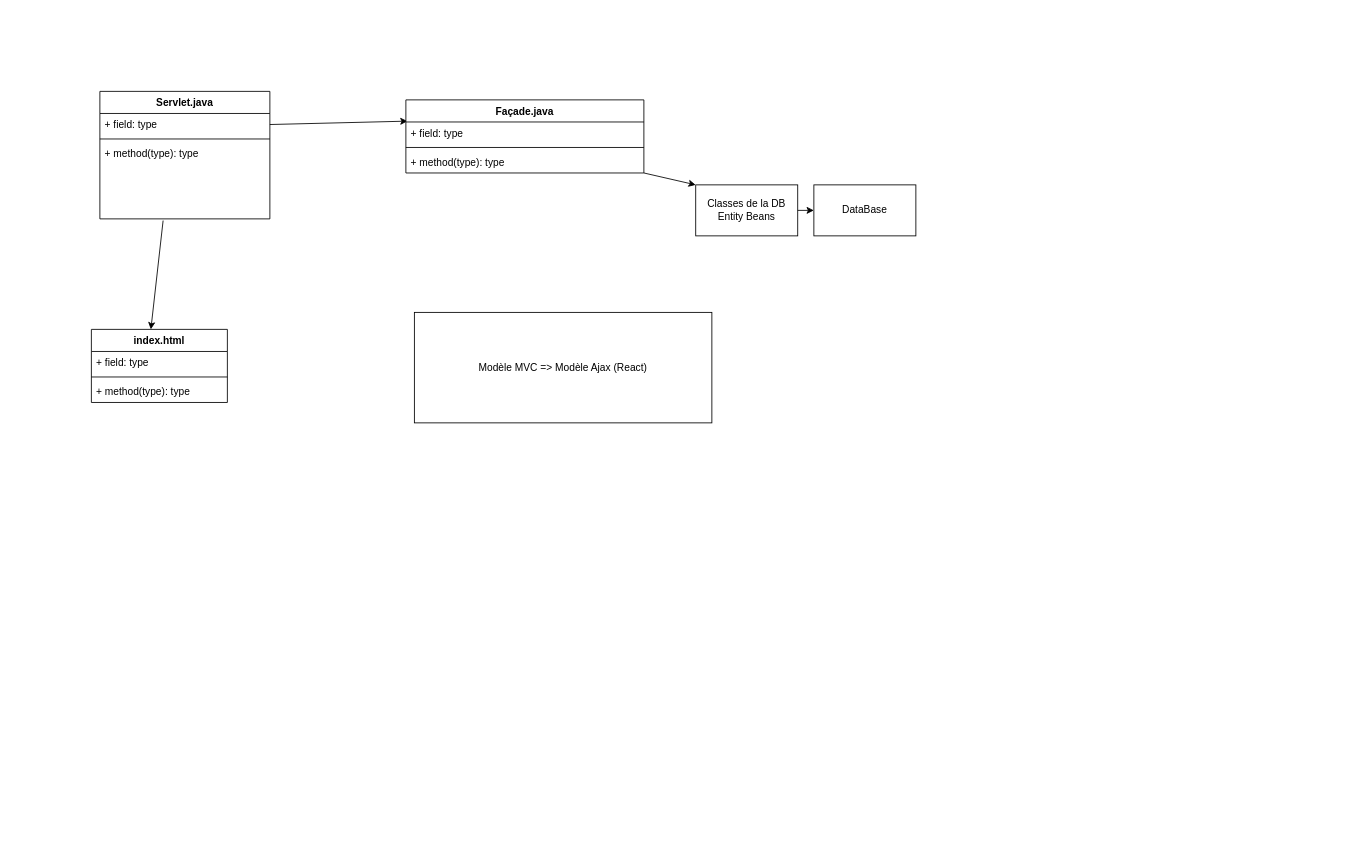
Before: Documentation/Architecture.drawio in hugoSN7/ProjetWeb, a draw.io diagram. Source tidied: cells renumbered, new cells numbered last; positions are measured from the earlier drawing's top-left corner, leaving out a move shared by most shapes. Both pictures are drawn from the tidied source at 85%, with x=0, y=0 at pixel (91, 91).
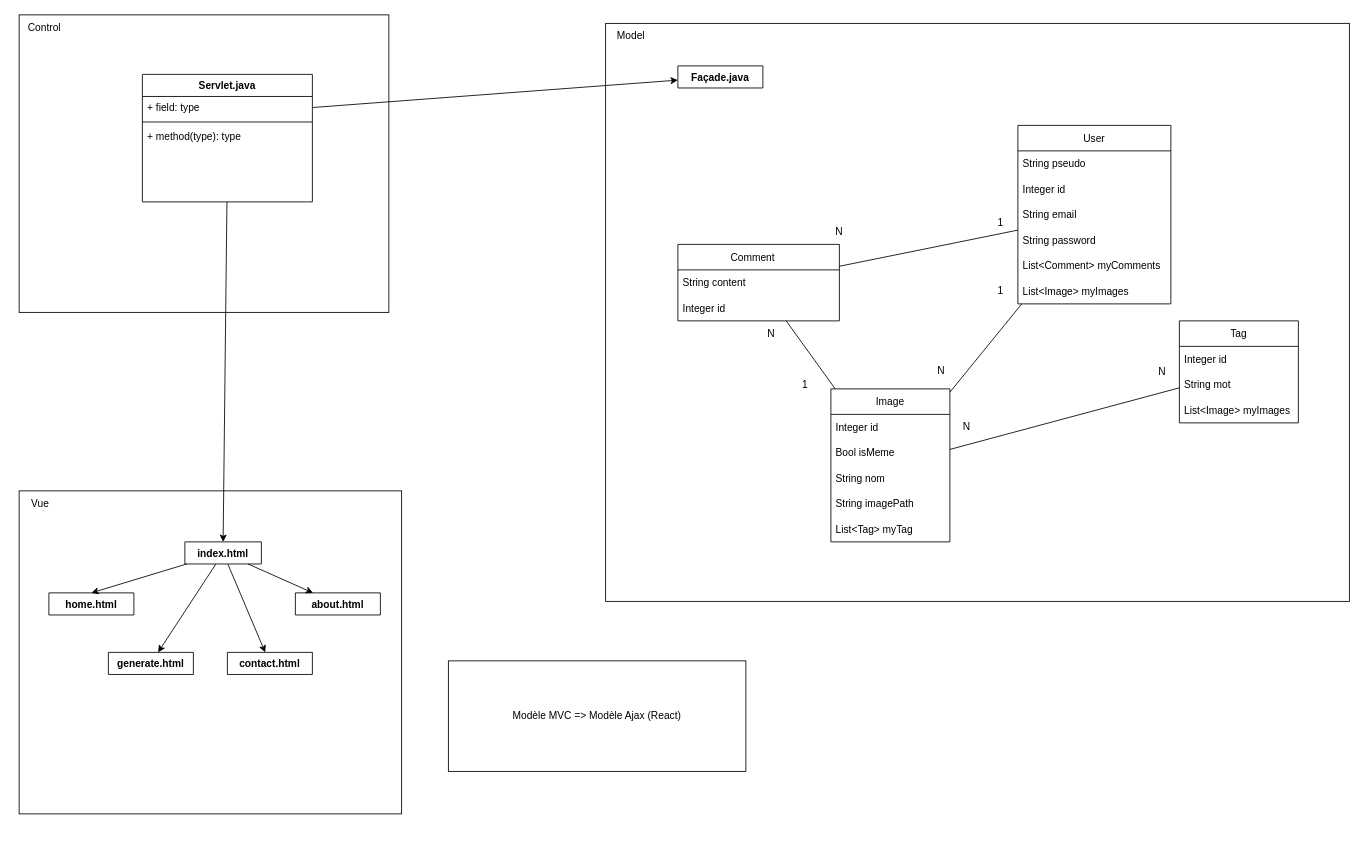
Above is the later version.

Unchanged cells that the change refers to:
```xml
<mxCell id="14" value="+ field: type" style="text;strokeColor=none;fillColor=none;align=left;verticalAlign=top;spacingLeft=4;spacingRight=4;overflow=hidden;points=[[0,0.5],[1,0.5]];portConstraint=eastwest;" parent="13" vertex="1">
  <mxGeometry y="26" width="200" height="26" as="geometry" />
</mxCell>
<mxCell id="16" value="+ method(type): type" style="text;strokeColor=none;fillColor=none;align=left;verticalAlign=top;spacingLeft=4;spacingRight=4;overflow=hidden;points=[[0,0.5],[1,0.5]];portConstraint=eastwest;" parent="13" vertex="1">
  <mxGeometry y="60" width="200" height="90" as="geometry" />
</mxCell>
```

Diff of the diagram source:
```diff
@@
+    <mxCell id="26" style="rounded=0;whiteSpace=wrap;html=1;" parent="1" vertex="1">
+      <mxGeometry x="605" y="-80" width="875" height="680" as="geometry" />
+    </mxCell>
+    <mxCell id="27" style="rounded=0;whiteSpace=wrap;html=1;" parent="1" vertex="1">
+      <mxGeometry x="-85" y="-90" width="435" height="350" as="geometry" />
+    </mxCell>
+    <mxCell id="28" style="rounded=0;whiteSpace=wrap;html=1;" parent="1" vertex="1">
+      <mxGeometry x="-85" y="470" width="450" height="380" as="geometry" />
+    </mxCell>
-    <mxCell id="2" style="endArrow=classic;html=1;rounded=0;strokeColor=#000000;exitX=1;exitY=0.5;exitDx=0;exitDy=0;entryX=0.007;entryY=-0.038;entryDx=0;entryDy=0;entryPerimeter=0;" parent="1" edge="1" source="14" target="5">
+    <mxCell id="2" style="endArrow=classic;html=1;rounded=0;strokeColor=#000000;exitX=1;exitY=0.5;exitDx=0;exitDy=0;" parent="1" edge="1" source="14" target="4">
       <mxGeometry relative="1" as="geometry" />
     </mxCell>
     <mxCell id="3" style="group;" parent="1" vertex="1">
-      <mxGeometry x="370" y="10" width="470" height="160" as="geometry" />
+      <mxGeometry x="690" y="-30" width="470" height="160" as="geometry" />
     </mxCell>
-    <mxCell id="4" value="Façade.java" style="swimlane;fontStyle=1;align=center;verticalAlign=top;horizontal=1;startSize=26;" parent="3" vertex="1">
-      <mxGeometry width="280" height="86" as="geometry" />
+    <mxCell id="4" value="Façade.java" style="swimlane;fontStyle=1;align=center;verticalAlign=top;horizontal=1;startSize=26;" parent="3" vertex="1" collapsed="1">
+      <mxGeometry width="100" height="26" as="geometry" />
     </mxCell>
-    <mxCell id="5" value="+ field: type" style="text;strokeColor=none;fillColor=none;align=left;verticalAlign=top;spacingLeft=4;spacingRight=4;overflow=hidden;points=[[0,0.5],[1,0.5]];portConstraint=eastwest;" parent="4" vertex="1">
-      <mxGeometry y="26" width="280" height="26" as="geometry" />
-    </mxCell>
-    <mxCell id="6" style="line;strokeWidth=1;fillColor=none;align=left;verticalAlign=middle;spacingTop=-1;spacingLeft=3;spacingRight=3;labelPosition=right;" parent="4" vertex="1">
-      <mxGeometry y="52" width="280" height="8" as="geometry" />
-    </mxCell>
-    <mxCell id="7" value="+ method(type): type" style="text;strokeColor=none;fillColor=none;align=left;verticalAlign=top;spacingLeft=4;spacingRight=4;overflow=hidden;" parent="4" vertex="1">
-      <mxGeometry y="60" width="280" height="26" as="geometry" />
-    </mxCell>
-    <mxCell id="8" style="group;" parent="3" vertex="1">
-      <mxGeometry x="350" y="100" width="120" height="60" as="geometry" />
-    </mxCell>
-    <mxCell id="9" value="&lt;div&gt;Classes de la DB Entity Beans&lt;br&gt;&lt;/div&gt;" style="rounded=0;whiteSpace=wrap;html=1;" parent="8" vertex="1">
-      <mxGeometry x="-9" width="120" height="60" as="geometry" />
-    </mxCell>
-    <mxCell id="10" style="endArrow=classic;html=1;rounded=0;strokeColor=#000000;exitX=1;exitY=1;exitDx=0;exitDy=0;entryX=0;entryY=0;entryDx=0;entryDy=0;" parent="3" edge="1" source="4" target="9">
-      <mxGeometry relative="1" as="geometry" />
-    </mxCell>
     <mxCell id="11" style="group;" parent="1" vertex="1">
-      <mxGeometry y="10" width="200" height="362" as="geometry" />
+      <mxGeometry x="50" y="-10" width="200" height="362" as="geometry" />
     </mxCell>
@@
     <mxCell id="17" style="group;" parent="11" vertex="1">
-      <mxGeometry y="270" width="160" height="86" as="geometry" />
+      <mxGeometry x="-5" y="570" width="160" height="86" as="geometry" />
     </mxCell>
-    <mxCell id="18" style="endArrow=classic;html=1;rounded=0;strokeColor=#000000;exitX=0.372;exitY=1.022;exitDx=0;exitDy=0;exitPerimeter=0;" parent="17" edge="1" source="16">
-      <mxGeometry relative="1" as="geometry">
-        <mxPoint x="70" as="targetPoint" />
-      </mxGeometry>
-    </mxCell>
+    <mxCell id="25" value="Modèle MVC =&amp;gt; Modèle Ajax (React)" style="rounded=0;whiteSpace=wrap;html=1;" parent="1" vertex="1">
+      <mxGeometry x="420" y="670" width="350" height="130" as="geometry" />
+    </mxCell>
+    <mxCell id="29" style="group;" parent="1" vertex="1">
+      <mxGeometry x="155" y="800" width="160" height="86" as="geometry" />
+    </mxCell>
-    <mxCell id="19" value="index.html" style="swimlane;fontStyle=1;align=center;verticalAlign=top;horizontal=1;startSize=26;" parent="17" vertex="1">
-      <mxGeometry width="160" height="86" as="geometry" />
+    <mxCell id="19" value="index.html" style="swimlane;fontStyle=1;align=center;verticalAlign=top;horizontal=1;startSize=26;" parent="1" vertex="1" collapsed="1">
+      <mxGeometry x="110" y="530" width="90" height="26" as="geometry" />
     </mxCell>
-    <mxCell id="20" value="+ field: type" style="text;strokeColor=none;fillColor=none;align=left;verticalAlign=top;spacingLeft=4;spacingRight=4;overflow=hidden;" parent="19" vertex="1">
-      <mxGeometry y="26" width="160" height="26" as="geometry" />
-    </mxCell>
-    <mxCell id="21" style="line;strokeWidth=1;fillColor=none;align=left;verticalAlign=middle;spacingTop=-1;spacingLeft=3;spacingRight=3;labelPosition=right;" parent="19" vertex="1">
-      <mxGeometry y="52" width="160" height="8" as="geometry" />
-    </mxCell>
-    <mxCell id="22" value="+ method(type): type" style="text;strokeColor=none;fillColor=none;align=left;verticalAlign=top;spacingLeft=4;spacingRight=4;overflow=hidden;" parent="19" vertex="1">
-      <mxGeometry y="60" width="160" height="26" as="geometry" />
-    </mxCell>
-    <mxCell id="23" style="endArrow=classic;html=1;rounded=0;exitX=1;exitY=0.5;exitDx=0;exitDy=0;" parent="1" edge="1" source="9" target="24">
-      <mxGeometry relative="1" as="geometry" />
-    </mxCell>
-    <mxCell id="24" value="DataBase" style="rounded=0;whiteSpace=wrap;html=1;" parent="1" vertex="1">
-      <mxGeometry x="850" y="110" width="120" height="60" as="geometry" />
-    </mxCell>
-    <mxCell id="25" value="Modèle MVC =&amp;gt; Modèle Ajax (React)" style="rounded=0;whiteSpace=wrap;html=1;" parent="1" vertex="1">
-      <mxGeometry x="380" y="260" width="350" height="130" as="geometry" />
-    </mxCell>
+    <mxCell id="30" value="contact.html" style="swimlane;fontStyle=1;align=center;verticalAlign=top;horizontal=1;startSize=26;" parent="1" vertex="1" collapsed="1">
+      <mxGeometry x="160" y="660" width="100" height="26" as="geometry" />
+    </mxCell>
+    <mxCell id="31" value="home.html" style="swimlane;fontStyle=1;align=center;verticalAlign=top;horizontal=1;startSize=26;" parent="1" vertex="1" collapsed="1">
+      <mxGeometry x="-50" y="590" width="100" height="26" as="geometry" />
+    </mxCell>
+    <mxCell id="32" value="generate.html" style="swimlane;fontStyle=1;align=center;verticalAlign=top;horizontal=1;startSize=26;" parent="1" vertex="1" collapsed="1">
+      <mxGeometry x="20" y="660" width="100" height="26" as="geometry" />
+    </mxCell>
+    <mxCell id="33" value="about.html" style="swimlane;fontStyle=1;align=center;verticalAlign=top;horizontal=1;startSize=26;" parent="1" vertex="1" collapsed="1">
+      <mxGeometry x="240" y="590" width="100" height="26" as="geometry" />
+    </mxCell>
+    <mxCell id="34" value="Vue" style="text;html=1;strokeColor=none;fillColor=none;align=center;verticalAlign=middle;whiteSpace=wrap;rounded=0;" parent="1" vertex="1">
+      <mxGeometry x="-90" y="470" width="60" height="30" as="geometry" />
+    </mxCell>
+    <mxCell id="35" value="Control" style="text;html=1;strokeColor=none;fillColor=none;align=center;verticalAlign=middle;whiteSpace=wrap;rounded=0;" parent="1" vertex="1">
+      <mxGeometry x="-85" y="-90" width="60" height="30" as="geometry" />
+    </mxCell>
+    <mxCell id="36" style="endArrow=classic;html=1;rounded=0;entryX=0.5;entryY=0;entryDx=0;entryDy=0;" parent="1" edge="1" source="16" target="19">
+      <mxGeometry relative="1" as="geometry" />
+    </mxCell>
+    <mxCell id="37" style="endArrow=classic;html=1;rounded=0;entryX=0.5;entryY=0;entryDx=0;entryDy=0;" parent="1" edge="1" source="19" target="31">
+      <mxGeometry relative="1" as="geometry" />
+    </mxCell>
+    <mxCell id="38" style="endArrow=classic;html=1;rounded=0;" parent="1" edge="1" source="19" target="32">
+      <mxGeometry relative="1" as="geometry" />
+    </mxCell>
+    <mxCell id="39" style="endArrow=classic;html=1;rounded=0;" parent="1" edge="1" source="19" target="30">
+      <mxGeometry relative="1" as="geometry" />
+    </mxCell>
+    <mxCell id="40" style="endArrow=classic;html=1;rounded=0;" parent="1" edge="1" source="19" target="33">
+      <mxGeometry relative="1" as="geometry" />
+    </mxCell>
+    <mxCell id="41" value="Model" style="text;html=1;strokeColor=none;fillColor=none;align=center;verticalAlign=middle;whiteSpace=wrap;rounded=0;" parent="1" vertex="1">
+      <mxGeometry x="605" y="-80" width="60" height="30" as="geometry" />
+    </mxCell>
+    <mxCell id="42" value="User" style="swimlane;fontStyle=0;horizontal=1;startSize=30;" parent="1" vertex="1">
+      <mxGeometry x="1090" y="40" width="180" height="210" as="geometry" />
+    </mxCell>
+    <mxCell id="43" value="String pseudo" style="text;strokeColor=none;fillColor=none;align=left;verticalAlign=middle;spacingLeft=4;spacingRight=4;overflow=hidden;" parent="42" vertex="1">
+      <mxGeometry y="30" width="180" height="30" as="geometry" />
+    </mxCell>
+    <mxCell id="44" value="Integer id" style="text;strokeColor=none;fillColor=none;align=left;verticalAlign=middle;spacingLeft=4;spacingRight=4;overflow=hidden;" parent="42" vertex="1">
+      <mxGeometry y="60" width="180" height="30" as="geometry" />
+    </mxCell>
+    <mxCell id="45" value="String email" style="text;strokeColor=none;fillColor=none;align=left;verticalAlign=middle;spacingLeft=4;spacingRight=4;overflow=hidden;" parent="42" vertex="1">
+      <mxGeometry y="90" width="180" height="30" as="geometry" />
+    </mxCell>
+    <mxCell id="46" value="String password" style="text;strokeColor=none;fillColor=none;align=left;verticalAlign=middle;spacingLeft=4;spacingRight=4;overflow=hidden;" parent="42" vertex="1">
+      <mxGeometry y="120" width="180" height="30" as="geometry" />
+    </mxCell>
+    <mxCell id="47" value="List&lt;Comment&gt; myComments" style="text;strokeColor=none;fillColor=none;align=left;verticalAlign=middle;spacingLeft=4;spacingRight=4;overflow=hidden;" parent="42" vertex="1">
+      <mxGeometry y="150" width="180" height="30" as="geometry" />
+    </mxCell>
+    <mxCell id="48" value="List&lt;Image&gt; myImages" style="text;strokeColor=none;fillColor=none;align=left;verticalAlign=middle;spacingLeft=4;spacingRight=4;overflow=hidden;" parent="42" vertex="1">
+      <mxGeometry y="180" width="180" height="30" as="geometry" />
+    </mxCell>
+    <mxCell id="49" value="Comment    " style="swimlane;fontStyle=0;horizontal=1;startSize=30;" parent="1" vertex="1">
+      <mxGeometry x="690" y="180" width="190" height="90" as="geometry" />
+    </mxCell>
+    <mxCell id="50" value="String content" style="text;strokeColor=none;fillColor=none;align=left;verticalAlign=middle;spacingLeft=4;spacingRight=4;overflow=hidden;" parent="49" vertex="1">
+      <mxGeometry y="30" width="190" height="30" as="geometry" />
+    </mxCell>
+    <mxCell id="51" value="Integer id" style="text;strokeColor=none;fillColor=none;align=left;verticalAlign=middle;spacingLeft=4;spacingRight=4;overflow=hidden;" parent="49" vertex="1">
+      <mxGeometry y="60" width="190" height="30" as="geometry" />
+    </mxCell>
+    <mxCell id="52" value="Image" style="swimlane;fontStyle=0;horizontal=1;startSize=30;" parent="1" vertex="1">
+      <mxGeometry x="870" y="350" width="140" height="180" as="geometry" />
+    </mxCell>
+    <mxCell id="53" value="Integer id" style="text;strokeColor=none;fillColor=none;align=left;verticalAlign=middle;spacingLeft=4;spacingRight=4;overflow=hidden;" parent="52" vertex="1">
+      <mxGeometry y="30" width="140" height="30" as="geometry" />
+    </mxCell>
+    <mxCell id="54" value="Bool isMeme" style="text;strokeColor=none;fillColor=none;align=left;verticalAlign=middle;spacingLeft=4;spacingRight=4;overflow=hidden;" parent="52" vertex="1">
+      <mxGeometry y="60" width="140" height="30" as="geometry" />
+    </mxCell>
+    <mxCell id="55" value="String nom" style="text;strokeColor=none;fillColor=none;align=left;verticalAlign=middle;spacingLeft=4;spacingRight=4;overflow=hidden;" parent="52" vertex="1">
+      <mxGeometry y="90" width="140" height="30" as="geometry" />
+    </mxCell>
+    <mxCell id="56" value="String imagePath" style="text;strokeColor=none;fillColor=none;align=left;verticalAlign=middle;spacingLeft=4;spacingRight=4;overflow=hidden;" parent="52" vertex="1">
+      <mxGeometry y="120" width="140" height="30" as="geometry" />
+    </mxCell>
+    <mxCell id="57" value="List&lt;Tag&gt; myTag" style="text;strokeColor=none;fillColor=none;align=left;verticalAlign=middle;spacingLeft=4;spacingRight=4;overflow=hidden;" parent="52" vertex="1">
+      <mxGeometry y="150" width="140" height="30" as="geometry" />
+    </mxCell>
+    <mxCell id="58" value="Tag" style="swimlane;fontStyle=0;horizontal=1;startSize=30;" parent="1" vertex="1">
+      <mxGeometry x="1280" y="270" width="140" height="120" as="geometry" />
+    </mxCell>
+    <mxCell id="59" value="Integer id" style="text;strokeColor=none;fillColor=none;align=left;verticalAlign=middle;spacingLeft=4;spacingRight=4;overflow=hidden;" parent="58" vertex="1">
+      <mxGeometry y="30" width="140" height="30" as="geometry" />
+    </mxCell>
+    <mxCell id="60" value="String mot" style="text;strokeColor=none;fillColor=none;align=left;verticalAlign=middle;spacingLeft=4;spacingRight=4;overflow=hidden;" parent="58" vertex="1">
+      <mxGeometry y="60" width="140" height="30" as="geometry" />
+    </mxCell>
+    <mxCell id="61" value="List&lt;Image&gt; myImages" style="text;strokeColor=none;fillColor=none;align=left;verticalAlign=middle;spacingLeft=4;spacingRight=4;overflow=hidden;" parent="58" vertex="1">
+      <mxGeometry y="90" width="140" height="30" as="geometry" />
+    </mxCell>
+    <mxCell id="62" style="endArrow=none;html=1;rounded=0;" parent="1" edge="1" source="49" target="42">
+      <mxGeometry relative="1" as="geometry" />
+    </mxCell>
+    <mxCell id="63" value="N" style="text;html=1;strokeColor=none;fillColor=none;align=center;verticalAlign=middle;whiteSpace=wrap;rounded=0;" parent="1" vertex="1">
+      <mxGeometry x="850" y="150" width="60" height="30" as="geometry" />
+    </mxCell>
+    <mxCell id="64" style="endArrow=none;html=1;rounded=0;" parent="1" edge="1" source="52" target="42">
+      <mxGeometry relative="1" as="geometry" />
+    </mxCell>
+    <mxCell id="65" value="1" style="text;html=1;strokeColor=none;fillColor=none;align=center;verticalAlign=middle;whiteSpace=wrap;rounded=0;" parent="1" vertex="1">
+      <mxGeometry x="1040" y="220" width="60" height="30" as="geometry" />
+    </mxCell>
+    <mxCell id="66" value="N" style="text;html=1;strokeColor=none;fillColor=none;align=center;verticalAlign=middle;whiteSpace=wrap;rounded=0;" parent="1" vertex="1">
+      <mxGeometry x="970" y="314" width="60" height="30" as="geometry" />
+    </mxCell>
+    <mxCell id="67" style="endArrow=none;html=1;rounded=0;" parent="1" edge="1" source="52" target="58">
+      <mxGeometry relative="1" as="geometry" />
+    </mxCell>
+    <mxCell id="68" value="N" style="text;html=1;strokeColor=none;fillColor=none;align=center;verticalAlign=middle;whiteSpace=wrap;rounded=0;" parent="1" vertex="1">
+      <mxGeometry x="1230" y="315" width="60" height="30" as="geometry" />
+    </mxCell>
+    <mxCell id="69" value="N" style="text;html=1;strokeColor=none;fillColor=none;align=center;verticalAlign=middle;whiteSpace=wrap;rounded=0;" parent="1" vertex="1">
+      <mxGeometry x="1000" y="380" width="60" height="30" as="geometry" />
+    </mxCell>
+    <mxCell id="70" style="endArrow=none;html=1;rounded=0;" parent="1" edge="1" source="52" target="49">
+      <mxGeometry relative="1" as="geometry" />
+    </mxCell>
+    <mxCell id="71" value="N" style="text;html=1;strokeColor=none;fillColor=none;align=center;verticalAlign=middle;whiteSpace=wrap;rounded=0;" parent="1" vertex="1">
+      <mxGeometry x="770" y="270" width="60" height="30" as="geometry" />
+    </mxCell>
+    <mxCell id="72" value="1" style="text;html=1;strokeColor=none;fillColor=none;align=center;verticalAlign=middle;whiteSpace=wrap;rounded=0;" parent="1" vertex="1">
+      <mxGeometry x="810" y="330" width="60" height="30" as="geometry" />
+    </mxCell>
+    <mxCell id="73" value="1" style="text;html=1;strokeColor=none;fillColor=none;align=center;verticalAlign=middle;whiteSpace=wrap;rounded=0;" parent="1" vertex="1">
+      <mxGeometry x="1040" y="140" width="60" height="30" as="geometry" />
+    </mxCell>
```
